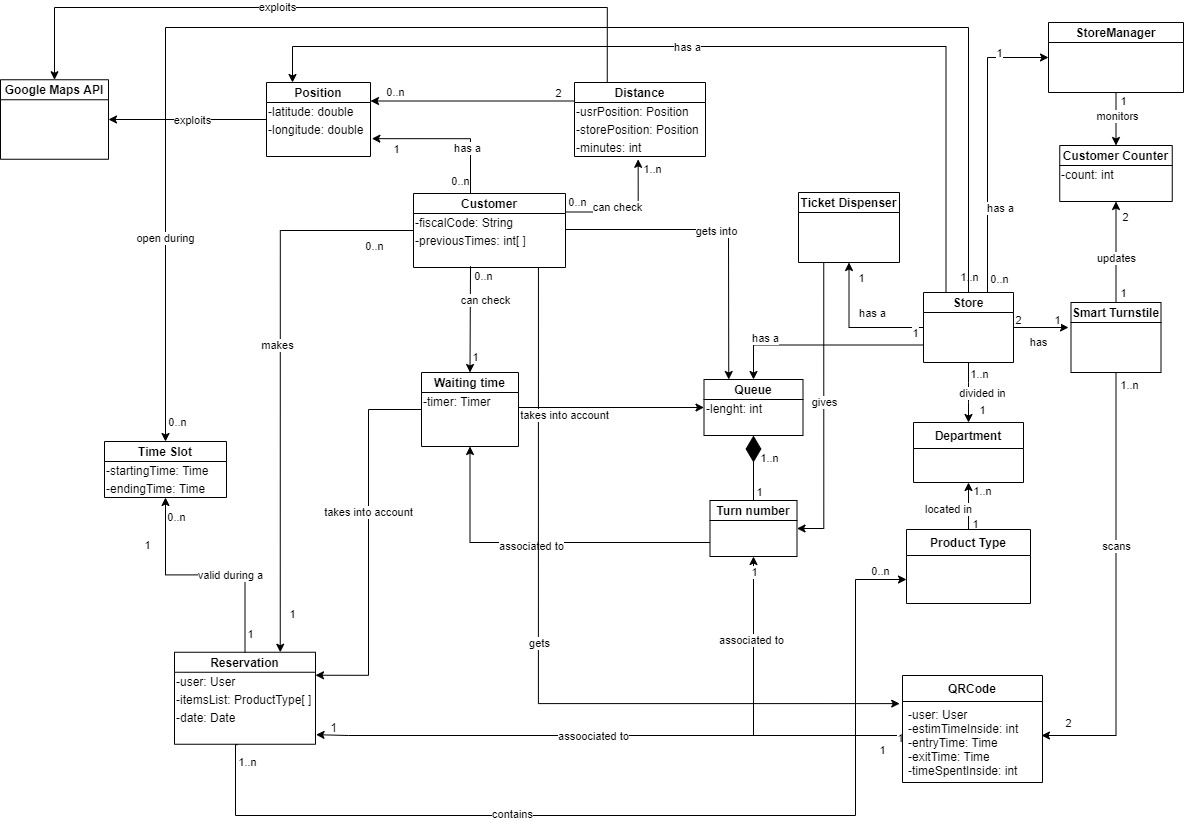
Above: RASD/class_diagram.png in olimpiarivera/RiveraPolidori (draw.io), before the change. Source tidied: cells renumbered, new cells last; positions are measured from the earlier drawing's top-left corner, leaving out a move shared by most shapes.
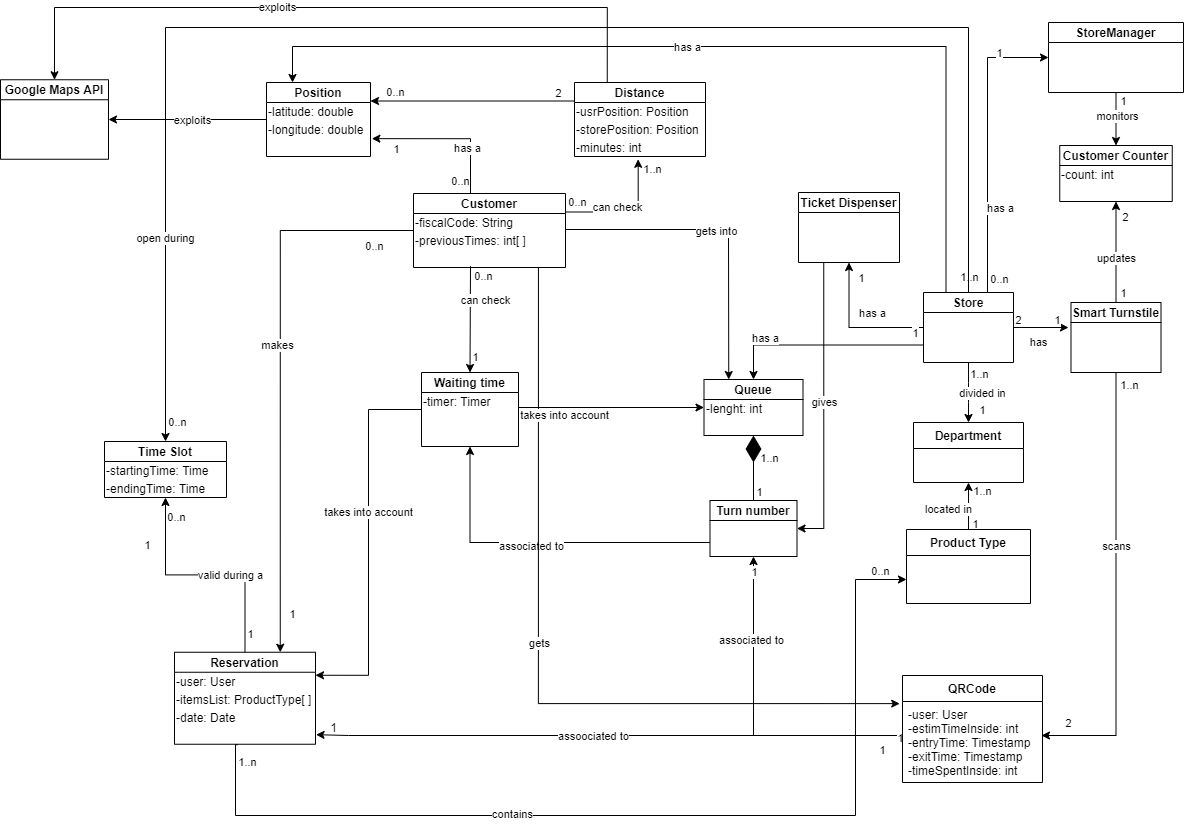
The same file after the commit.

Change to the diagram source:
```diff
@@ -529,7 +529,7 @@
     <mxCell id="121" value="QRCode" style="swimlane;fontStyle=1;horizontal=1;startSize=26;fillColor=none;" parent="1" vertex="1">
       <mxGeometry x="902" y="668" width="140" height="107" as="geometry" />
     </mxCell>
-    <mxCell id="122" value="-user: User&#10;-estimTimeInside: int&#10;-entryTime: Time&#10;-exitTime: Time&#10;-timeSpentInside: int" style="text;strokeColor=none;fillColor=none;align=left;verticalAlign=top;spacingLeft=4;spacingRight=4;overflow=hidden;points=[[0,0.5],[1,0.5]];portConstraint=eastwest;" parent="121" vertex="1">
+    <mxCell id="122" value="-user: User&#10;-estimTimeInside: int&#10;-entryTime: Timestamp&#10;-exitTime: Timestamp&#10;-timeSpentInside: int" style="text;strokeColor=none;fillColor=none;align=left;verticalAlign=top;spacingLeft=4;spacingRight=4;overflow=hidden;points=[[0,0.5],[1,0.5]];portConstraint=eastwest;" parent="121" vertex="1">
       <mxGeometry y="26" width="140" height="81" as="geometry" />
     </mxCell>
     <mxCell id="123" value="1" style="text;html=1;align=center;verticalAlign=middle;" parent="1" vertex="1">
```
